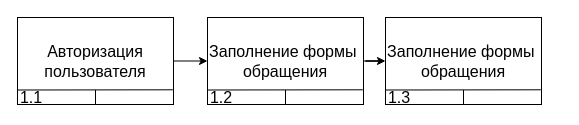
This is page "дек" (2 of 20) of ДИПЛОМ/Новая папка/idef3.drawio from semenovMaksWeb/biti, a draw.io file, before an edit. Source tidied: cells renumbered, new cells numbered last; positions are measured from the earlier drawing's top-left corner, leaving out a move shared by most shapes. Both pictures are drawn from the tidied source at 100%, with x=0, y=0 at pixel (17, 17).
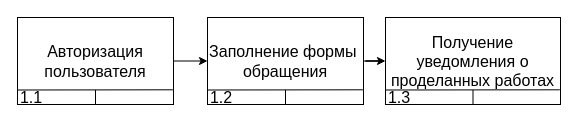
After the change.

Change to the diagram source:
```diff
@@
     <mxCell id="11" style="group;fontSize=16;" parent="1" vertex="1">
-      <mxGeometry x="368" width="156" height="87" as="geometry" />
+      <mxGeometry x="368" width="175" height="87" as="geometry" />
     </mxCell>
-    <mxCell id="12" value="&lt;span&gt;Заполнение формы&amp;nbsp;&lt;br&gt;обращения&lt;/span&gt;" style="rounded=0;whiteSpace=wrap;html=1;fontSize=16;" parent="11" vertex="1">
-      <mxGeometry width="156" height="87" as="geometry" />
+    <mxCell id="12" value="Получение уведомления о проделанных работах" style="rounded=0;whiteSpace=wrap;html=1;fontSize=16;" parent="11" vertex="1">
+      <mxGeometry width="175" height="87" as="geometry" />
     </mxCell>
@@
     <mxCell id="14" style="endArrow=none;html=1;rounded=0;exitX=0.5;exitY=1;exitDx=0;exitDy=0;fontSize=16;" parent="11" edge="1" source="12">
       <mxGeometry relative="1" as="geometry">
-        <mxPoint x="78" y="72.5" as="targetPoint" />
+        <mxPoint x="87.5" y="72.5" as="targetPoint" />
         <Array as="points">
-          <mxPoint x="78" y="72.5" />
+          <mxPoint x="87.5" y="72.5" />
         </Array>
       </mxGeometry>
     </mxCell>
```
